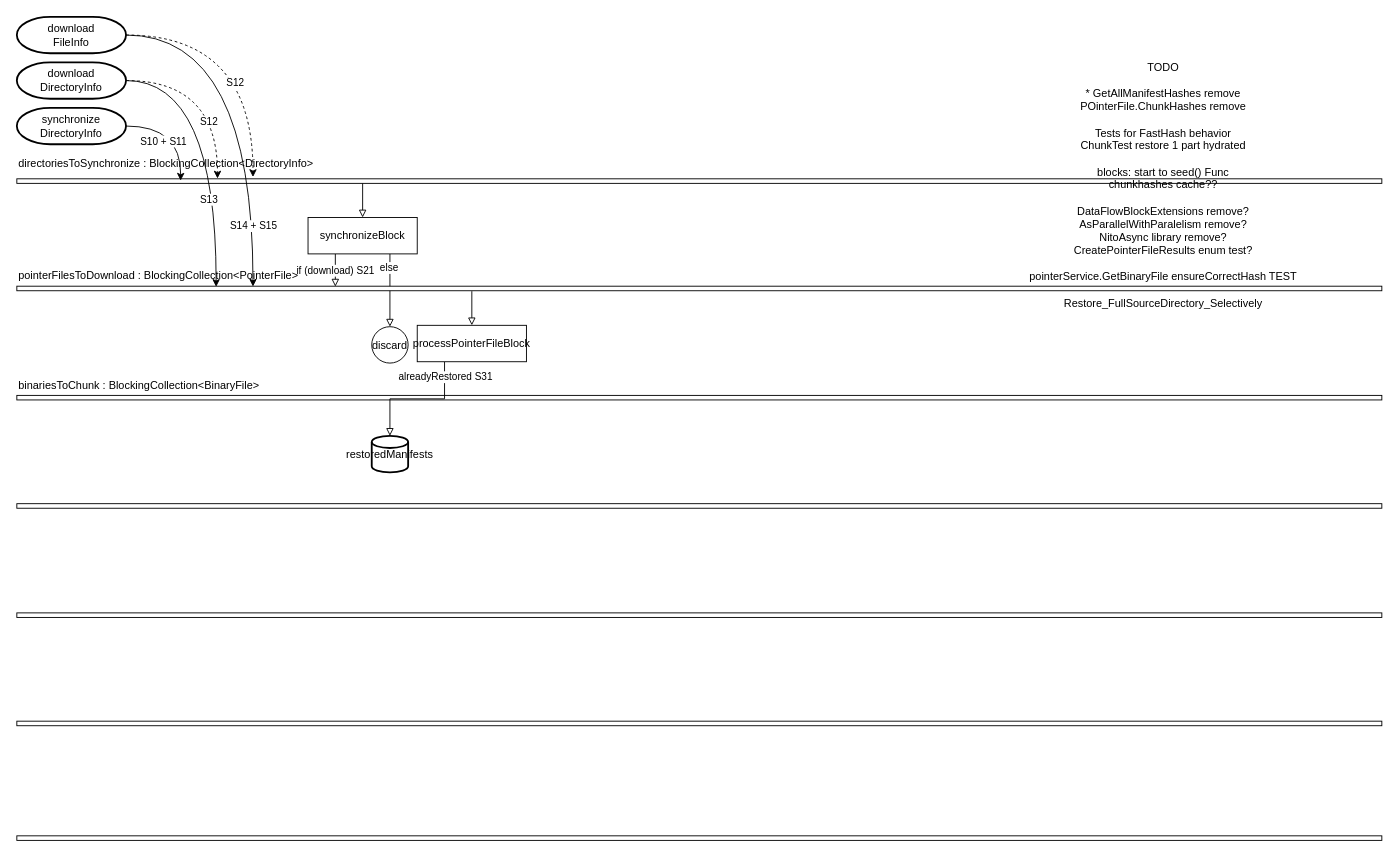
This is page "Restore" (2 of 2) of docs/AriusFlows.drawio from woutervanranst/Arius, a draw.io file, before an edit. Source tidied: cells renumbered, new cells numbered last; positions are measured from the earlier drawing's top-left corner, leaving out a move shared by most shapes. Both pictures are drawn from the tidied source at 91%, with x=0, y=0 at pixel (16, 16).
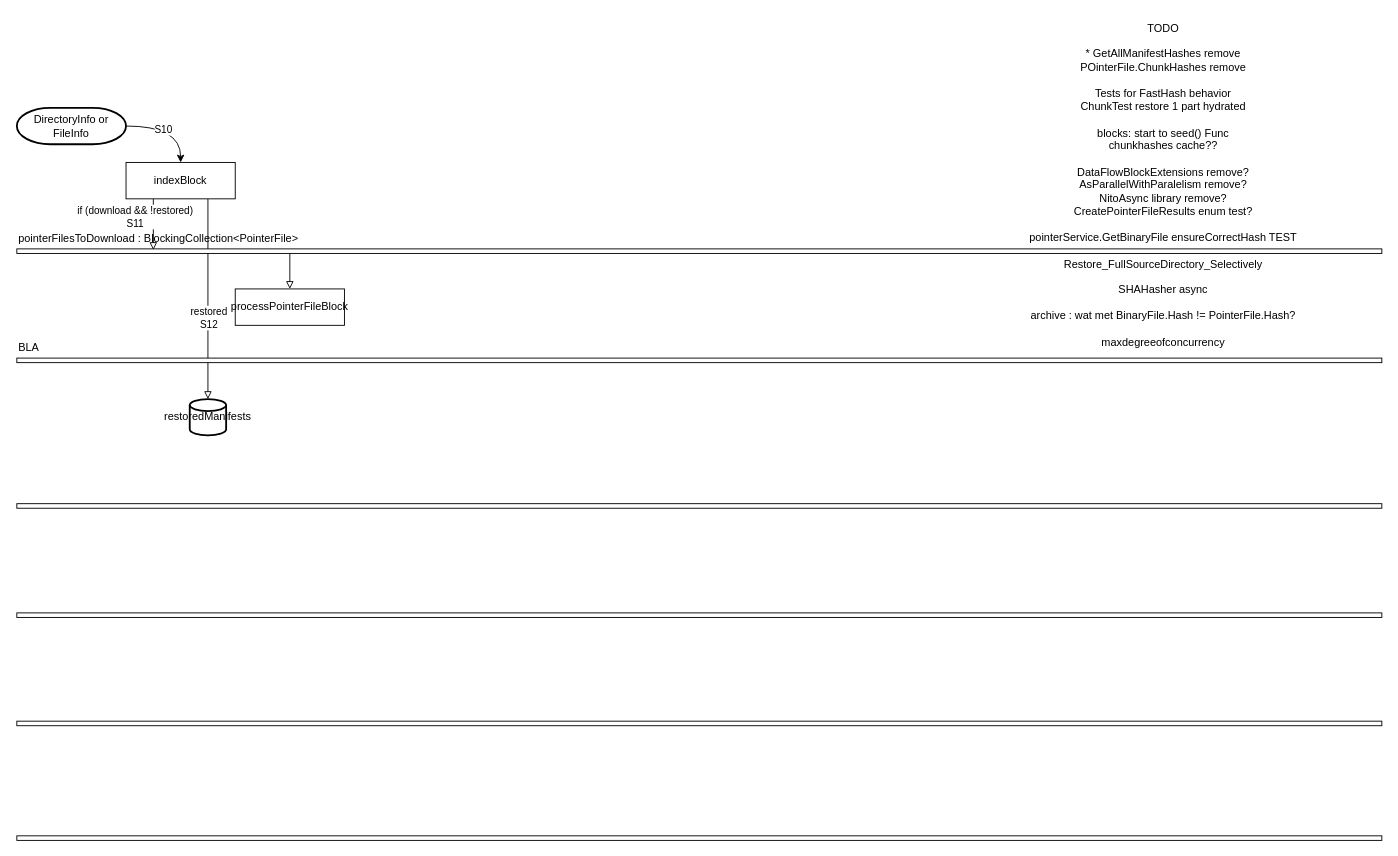
The same diagram, later.

What changed in the source:
```diff
@@
-    <mxCell id="2" value="directoriesToSynchronize : BlockingCollection&amp;lt;DirectoryInfo&amp;gt;" style="text;whiteSpace=wrap;html=1;" parent="1" vertex="1">
-      <mxGeometry y="148" width="430" height="30" as="geometry" />
-    </mxCell>
-    <mxCell id="3" value="if (download) S21" style="edgeStyle=orthogonalEdgeStyle;rounded=0;jettySize=auto;html=1;exitX=0.25;exitY=1;exitDx=0;exitDy=0;endArrow=block;endFill=0;" parent="1" edge="1" source="6">
-      <mxGeometry relative="1" as="geometry">
-        <mxPoint x="350" y="296.5" as="targetPoint" />
-      </mxGeometry>
+    <mxCell id="3" value="if (download &amp;amp;&amp;amp; !restored)&lt;br&gt;S11" style="edgeStyle=orthogonalEdgeStyle;rounded=0;jettySize=auto;html=1;exitX=0.25;exitY=1;exitDx=0;exitDy=0;endArrow=block;endFill=0;entryX=0.1;entryY=0.24;entryDx=0;entryDy=0;entryPerimeter=0;" parent="1" edge="1" source="6" target="11">
+      <mxGeometry x="-0.29" y="-20" relative="1" as="geometry" />
     </mxCell>
-    <mxCell id="4" style="edgeStyle=orthogonalEdgeStyle;rounded=0;jettySize=auto;html=1;exitX=0.75;exitY=1;exitDx=0;exitDy=0;endArrow=block;endFill=0;" parent="1" edge="1" source="6">
-      <mxGeometry relative="1" as="geometry">
-        <mxPoint x="410" y="340.5" as="targetPoint" />
-      </mxGeometry>
+    <mxCell id="4" style="edgeStyle=orthogonalEdgeStyle;rounded=0;jettySize=auto;html=1;endArrow=block;endFill=0;exitX=0.75;exitY=1;exitDx=0;exitDy=0;entryX=0.5;entryY=0;entryDx=0;entryDy=0;entryPerimeter=0;" parent="1" edge="1" source="6" target="35">
+      <mxGeometry relative="1" as="geometry" />
     </mxCell>
-    <mxCell id="5" value="else" style="edgeLabel;html=1;align=center;verticalAlign=middle;" parent="4" vertex="1">
-      <mxGeometry x="-0.62" y="-2" relative="1" as="geometry" />
+    <mxCell id="5" value="restored&lt;br&gt;S12" style="edgeLabel;html=1;align=center;verticalAlign=middle;" parent="4" vertex="1">
+      <mxGeometry x="-0.62" y="-2" relative="1" as="geometry">
+        <mxPoint x="2" y="88" as="offset" />
+      </mxGeometry>
     </mxCell>
-    <mxCell id="6" value="synchronizeBlock" style="rounded=0;whiteSpace=wrap;html=1;" parent="1" vertex="1">
-      <mxGeometry x="320" y="220.5" width="120" height="40" as="geometry" />
+    <mxCell id="6" value="indexBlock" style="rounded=0;whiteSpace=wrap;html=1;" parent="1" vertex="1">
+      <mxGeometry x="120" y="160" width="120" height="40" as="geometry" />
     </mxCell>
-    <mxCell id="7" value="pointerFilesToDownload : BlockingCollection&amp;lt;PointerFile&amp;gt;" style="text;whiteSpace=wrap;html=1;" parent="1" vertex="1">
-      <mxGeometry y="271" width="330" height="30" as="geometry" />
-    </mxCell>
-    <mxCell id="8" value="binariesToChunk : BlockingCollection&amp;lt;BinaryFile&amp;gt;" style="text;whiteSpace=wrap;html=1;" parent="1" vertex="1">
-      <mxGeometry y="391" width="330" height="30" as="geometry" />
+    <mxCell id="8" value="BLA" style="text;whiteSpace=wrap;html=1;" parent="1" vertex="1">
+      <mxGeometry y="350" width="330" height="30" as="geometry" />
     </mxCell>
@@
     <mxCell id="10" style="rounded=0;whiteSpace=wrap;html=1;align=center;" parent="1" vertex="1">
-      <mxGeometry y="416" width="1500" height="5" as="geometry" />
+      <mxGeometry y="375" width="1500" height="5" as="geometry" />
     </mxCell>
     <mxCell id="11" style="rounded=0;whiteSpace=wrap;html=1;align=center;" parent="1" vertex="1">
-      <mxGeometry y="296" width="1500" height="5" as="geometry" />
+      <mxGeometry y="255" width="1500" height="5" as="geometry" />
     </mxCell>
-    <mxCell id="12" style="rounded=0;whiteSpace=wrap;html=1;align=center;" parent="1" vertex="1">
-      <mxGeometry y="178" width="1500" height="5" as="geometry" />
-    </mxCell>
@@
-    <mxCell id="16" value="&lt;span&gt;synchronize DirectoryInfo&lt;/span&gt;" style="strokeWidth=2;html=1;shape=mxgraph.flowchart.terminator;whiteSpace=wrap;comic=0;" parent="1" vertex="1">
+    <mxCell id="16" value="&lt;span&gt;DirectoryInfo or FileInfo&lt;/span&gt;" style="strokeWidth=2;html=1;shape=mxgraph.flowchart.terminator;whiteSpace=wrap;comic=0;" parent="1" vertex="1">
       <mxGeometry y="100" width="120" height="40" as="geometry" />
     </mxCell>
-    <mxCell id="17" style="edgeStyle=orthogonalEdgeStyle;rounded=0;jettySize=auto;html=1;endArrow=classic;endFill=1;curved=1;" parent="1" edge="1" source="16">
-      <mxGeometry relative="1" as="geometry">
-        <mxPoint x="180" y="180" as="targetPoint" />
-      </mxGeometry>
+    <mxCell id="17" style="edgeStyle=orthogonalEdgeStyle;rounded=0;jettySize=auto;html=1;endArrow=classic;endFill=1;curved=1;exitX=1;exitY=0.5;exitDx=0;exitDy=0;exitPerimeter=0;" parent="1" edge="1" source="16" target="6">
+      <mxGeometry relative="1" as="geometry" />
     </mxCell>
-    <mxCell id="18" value="S10 + S11" style="edgeLabel;html=1;align=center;verticalAlign=middle;" parent="17" vertex="1">
+    <mxCell id="18" value="S10" style="edgeLabel;html=1;align=center;verticalAlign=middle;" parent="17" vertex="1">
       <mxGeometry x="0.32" y="-13" relative="1" as="geometry">
         <mxPoint x="-7" y="-3" as="offset" />
       </mxGeometry>
     </mxCell>
-    <mxCell id="19" style="edgeStyle=orthogonalEdgeStyle;rounded=0;jettySize=auto;html=1;exitX=1;exitY=0.5;exitDx=0;exitDy=0;exitPerimeter=0;entryX=0.146;entryY=0.143;entryDx=0;entryDy=0;entryPerimeter=0;curved=1;" parent="1" edge="1" source="21" target="11">
-      <mxGeometry relative="1" as="geometry" />
-    </mxCell>
-    <mxCell id="20" value="S13" style="edgeLabel;html=1;align=center;verticalAlign=middle;" parent="19" vertex="1">
-      <mxGeometry x="-0.27" relative="1" as="geometry">
-        <mxPoint x="-9" y="110" as="offset" />
-      </mxGeometry>
-    </mxCell>
-    <mxCell id="21" value="&lt;span&gt;download&lt;br&gt;DirectoryInfo&lt;/span&gt;" style="strokeWidth=2;html=1;shape=mxgraph.flowchart.terminator;whiteSpace=wrap;comic=0;" parent="1" vertex="1">
-      <mxGeometry y="50" width="120" height="40" as="geometry" />
-    </mxCell>
-    <mxCell id="22" style="edgeStyle=orthogonalEdgeStyle;rounded=0;jettySize=auto;html=1;entryX=0.173;entryY=0.086;entryDx=0;entryDy=0;entryPerimeter=0;exitX=1;exitY=0.5;exitDx=0;exitDy=0;exitPerimeter=0;curved=1;" parent="1" edge="1" source="24" target="11">
-      <mxGeometry relative="1" as="geometry" />
-    </mxCell>
-    <mxCell id="23" value="S14 + S15" style="edgeLabel;html=1;align=center;verticalAlign=middle;" parent="22" vertex="1">
-      <mxGeometry x="-0.32" relative="1" as="geometry">
-        <mxPoint y="208" as="offset" />
-      </mxGeometry>
-    </mxCell>
-    <mxCell id="24" value="download &lt;br&gt;FileInfo" style="strokeWidth=2;html=1;shape=mxgraph.flowchart.terminator;whiteSpace=wrap;comic=0;" parent="1" vertex="1">
-      <mxGeometry width="120" height="40" as="geometry" />
-    </mxCell>
-    <mxCell id="25" style="edgeStyle=orthogonalEdgeStyle;rounded=0;jettySize=auto;html=1;endArrow=classic;endFill=1;curved=1;dashed=1;entryX=0.147;entryY=-0.067;entryDx=0;entryDy=0;entryPerimeter=0;exitX=1;exitY=0.5;exitDx=0;exitDy=0;exitPerimeter=0;" parent="1" edge="1" source="21" target="12">
-      <mxGeometry relative="1" as="geometry" />
-    </mxCell>
-    <mxCell id="26" value="S12" style="edgeLabel;html=1;align=center;verticalAlign=middle;" parent="25" vertex="1">
-      <mxGeometry x="0.32" y="-13" relative="1" as="geometry">
-        <mxPoint x="3" y="8" as="offset" />
-      </mxGeometry>
-    </mxCell>
-    <mxCell id="27" style="edgeStyle=orthogonalEdgeStyle;rounded=0;jettySize=auto;html=1;endArrow=classic;endFill=1;curved=1;dashed=1;exitX=1;exitY=0.5;exitDx=0;exitDy=0;exitPerimeter=0;entryX=0.173;entryY=-0.4;entryDx=0;entryDy=0;entryPerimeter=0;" parent="1" edge="1" source="24" target="12">
-      <mxGeometry relative="1" as="geometry" />
-    </mxCell>
-    <mxCell id="28" value="S12" style="edgeLabel;html=1;align=center;verticalAlign=middle;" parent="27" vertex="1">
-      <mxGeometry x="0.32" y="-13" relative="1" as="geometry">
-        <mxPoint x="-7" y="-3" as="offset" />
-      </mxGeometry>
-    </mxCell>
-    <mxCell id="29" value="discard" style="ellipse;whiteSpace=wrap;html=1;" parent="1" vertex="1">
-      <mxGeometry x="390" y="340.5" width="40" height="40" as="geometry" />
-    </mxCell>
-    <mxCell id="30" style="edgeStyle=orthogonalEdgeStyle;rounded=0;jettySize=auto;html=1;endArrow=block;endFill=0;entryX=0.5;entryY=0;entryDx=0;entryDy=0;exitX=0.44;exitY=0.902;exitDx=0;exitDy=0;exitPerimeter=0;" parent="1" edge="1" target="6">
-      <mxGeometry relative="1" as="geometry">
-        <mxPoint x="380" y="183" as="sourcePoint" />
-      </mxGeometry>
-    </mxCell>
-    <mxCell id="31" style="edgeStyle=orthogonalEdgeStyle;rounded=0;jettySize=auto;html=1;exitX=0.25;exitY=1;exitDx=0;exitDy=0;endArrow=block;endFill=0;entryX=0.5;entryY=0;entryDx=0;entryDy=0;entryPerimeter=0;" parent="1" edge="1" source="33" target="35">
-      <mxGeometry relative="1" as="geometry" />
-    </mxCell>
-    <mxCell id="32" value="alreadyRestored S31" style="edgeLabel;html=1;align=center;verticalAlign=middle;" parent="31" vertex="1">
-      <mxGeometry x="-0.78" relative="1" as="geometry" />
-    </mxCell>
     <mxCell id="33" value="processPointerFileBlock" style="rounded=0;whiteSpace=wrap;html=1;" parent="1" vertex="1">
-      <mxGeometry x="440" y="339" width="120" height="40" as="geometry" />
+      <mxGeometry x="240" y="299" width="120" height="40" as="geometry" />
     </mxCell>
-    <mxCell id="34" style="edgeStyle=orthogonalEdgeStyle;rounded=0;jettySize=auto;html=1;endArrow=block;endFill=0;entryX=0.5;entryY=0;entryDx=0;entryDy=0;exitX=0.44;exitY=0.902;exitDx=0;exitDy=0;exitPerimeter=0;" parent="1" edge="1" target="33">
-      <mxGeometry relative="1" as="geometry">
-        <mxPoint x="500" y="301.5" as="sourcePoint" />
-      </mxGeometry>
+    <mxCell id="34" style="edgeStyle=orthogonalEdgeStyle;rounded=0;jettySize=auto;html=1;endArrow=block;endFill=0;entryX=0.5;entryY=0;entryDx=0;entryDy=0;exitX=0.2;exitY=1.08;exitDx=0;exitDy=0;exitPerimeter=0;" parent="1" edge="1" source="11" target="33">
+      <mxGeometry relative="1" as="geometry" />
     </mxCell>
     <mxCell id="35" value="restoredManifests" style="strokeWidth=2;html=1;shape=mxgraph.flowchart.database;whiteSpace=wrap;align=center;" parent="1" vertex="1">
-      <mxGeometry x="390" y="460.5" width="40" height="40" as="geometry" />
+      <mxGeometry x="190" y="420" width="40" height="40" as="geometry" />
     </mxCell>
-    <mxCell id="36" value="TODO&lt;br&gt;&lt;br&gt;* GetAllManifestHashes remove&lt;br&gt;POinterFile.ChunkHashes remove&lt;br&gt;&lt;br&gt;Tests for FastHash behavior&lt;br&gt;ChunkTest restore 1 part hydrated&lt;br&gt;&lt;br&gt;blocks: start to seed() Func&lt;br&gt;chunkhashes cache??&lt;br&gt;&lt;br&gt;DataFlowBlockExtensions remove?&lt;br&gt;AsParallelWithParalelism remove?&lt;br&gt;NitoAsync library remove?&lt;br&gt;CreatePointerFileResults enum test?&lt;br&gt;&lt;br&gt;pointerService.GetBinaryFile ensureCorrectHash TEST&lt;br&gt;&lt;br&gt;Restore_FullSourceDirectory_Selectively" style="text;html=1;strokeColor=none;fillColor=none;align=center;verticalAlign=middle;whiteSpace=wrap;rounded=0;" parent="1" vertex="1">
+    <mxCell id="36" value="TODO&lt;br&gt;&lt;br&gt;* GetAllManifestHashes remove&lt;br&gt;POinterFile.ChunkHashes remove&lt;br&gt;&lt;br&gt;Tests for FastHash behavior&lt;br&gt;ChunkTest restore 1 part hydrated&lt;br&gt;&lt;br&gt;blocks: start to seed() Func&lt;br&gt;chunkhashes cache??&lt;br&gt;&lt;br&gt;DataFlowBlockExtensions remove?&lt;br&gt;AsParallelWithParalelism remove?&lt;br&gt;NitoAsync library remove?&lt;br&gt;CreatePointerFileResults enum test?&lt;br&gt;&lt;br&gt;pointerService.GetBinaryFile ensureCorrectHash TEST&lt;br&gt;&lt;br&gt;Restore_FullSourceDirectory_Selectively&lt;br&gt;&lt;br&gt;SHAHasher async&lt;br&gt;&lt;br&gt;archive : wat met BinaryFile.Hash != PointerFile.Hash?&lt;br&gt;&lt;br&gt;maxdegreeofconcurrency" style="text;html=1;strokeColor=none;fillColor=none;align=center;verticalAlign=middle;whiteSpace=wrap;rounded=0;" parent="1" vertex="1">
       <mxGeometry x="1080" y="115" width="360" height="139" as="geometry" />
     </mxCell>
+    <mxCell id="7" value="pointerFilesToDownload : BlockingCollection&amp;lt;PointerFile&amp;gt;" style="text;whiteSpace=wrap;html=1;" parent="1" vertex="1">
+      <mxGeometry y="230" width="330" height="30" as="geometry" />
+    </mxCell>
```
